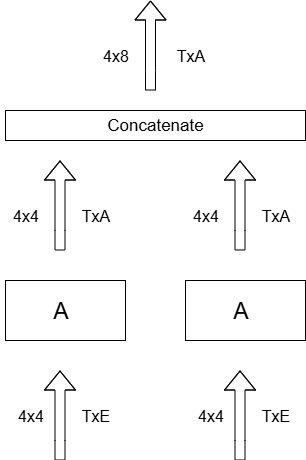
geo1590/LLM-Transformer-scratch keeps this draw.io diagram as images/two heads.png. Above is the earlier version. Source tidied: cells renumbered, new cells last; positions are measured from the earlier drawing's top-left corner, leaving out a move shared by most shapes.
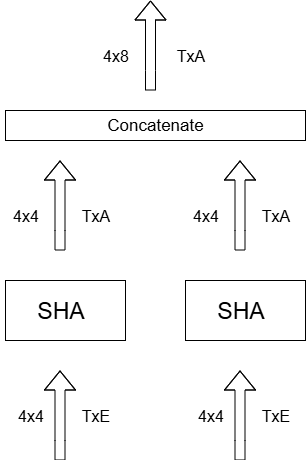
Above is the later version.

The edit, as a diff of the source:
```diff
@@ -20,8 +20,8 @@
     <mxCell id="5" value="&lt;font style=&quot;font-size: 16px;&quot;&gt;TxE&lt;/font&gt;" style="text;html=1;align=center;verticalAlign=middle;strokeColor=none;fillColor=none;" parent="1" vertex="1">
       <mxGeometry x="70" y="400" width="50" height="30" as="geometry" />
     </mxCell>
-    <mxCell id="6" value="&lt;font style=&quot;font-size: 23px;&quot;&gt;A&lt;/font&gt;" style="text;html=1;align=center;verticalAlign=middle;strokeColor=none;fillColor=none;" parent="1" vertex="1">
-      <mxGeometry x="40" y="290" width="40" height="40" as="geometry" />
+    <mxCell id="6" value="&lt;font style=&quot;font-size: 23px;&quot;&gt;SHA&lt;/font&gt;" style="text;html=1;align=center;verticalAlign=middle;strokeColor=none;fillColor=none;" parent="1" vertex="1">
+      <mxGeometry x="25" y="290" width="70" height="40" as="geometry" />
     </mxCell>
     <mxCell id="7" style="shape=flexArrow;endArrow=classic;html=1;rounded=0;" parent="1" edge="1">
       <mxGeometry relative="1" as="geometry">
@@ -56,8 +56,8 @@
     <mxCell id="13" value="&lt;font style=&quot;font-size: 16px;&quot;&gt;TxE&lt;/font&gt;" style="text;html=1;align=center;verticalAlign=middle;strokeColor=none;fillColor=none;" parent="1" vertex="1">
       <mxGeometry x="250" y="400" width="50" height="30" as="geometry" />
     </mxCell>
-    <mxCell id="14" value="&lt;font style=&quot;font-size: 23px;&quot;&gt;A&lt;/font&gt;" style="text;html=1;align=center;verticalAlign=middle;strokeColor=none;fillColor=none;" parent="1" vertex="1">
-      <mxGeometry x="220" y="290" width="40" height="40" as="geometry" />
+    <mxCell id="14" value="&lt;font style=&quot;font-size: 23px;&quot;&gt;SHA&lt;/font&gt;" style="text;html=1;align=center;verticalAlign=middle;strokeColor=none;fillColor=none;" parent="1" vertex="1">
+      <mxGeometry x="205" y="290" width="70" height="40" as="geometry" />
     </mxCell>
     <mxCell id="15" style="shape=flexArrow;endArrow=classic;html=1;rounded=0;" parent="1" edge="1">
       <mxGeometry relative="1" as="geometry">
```
